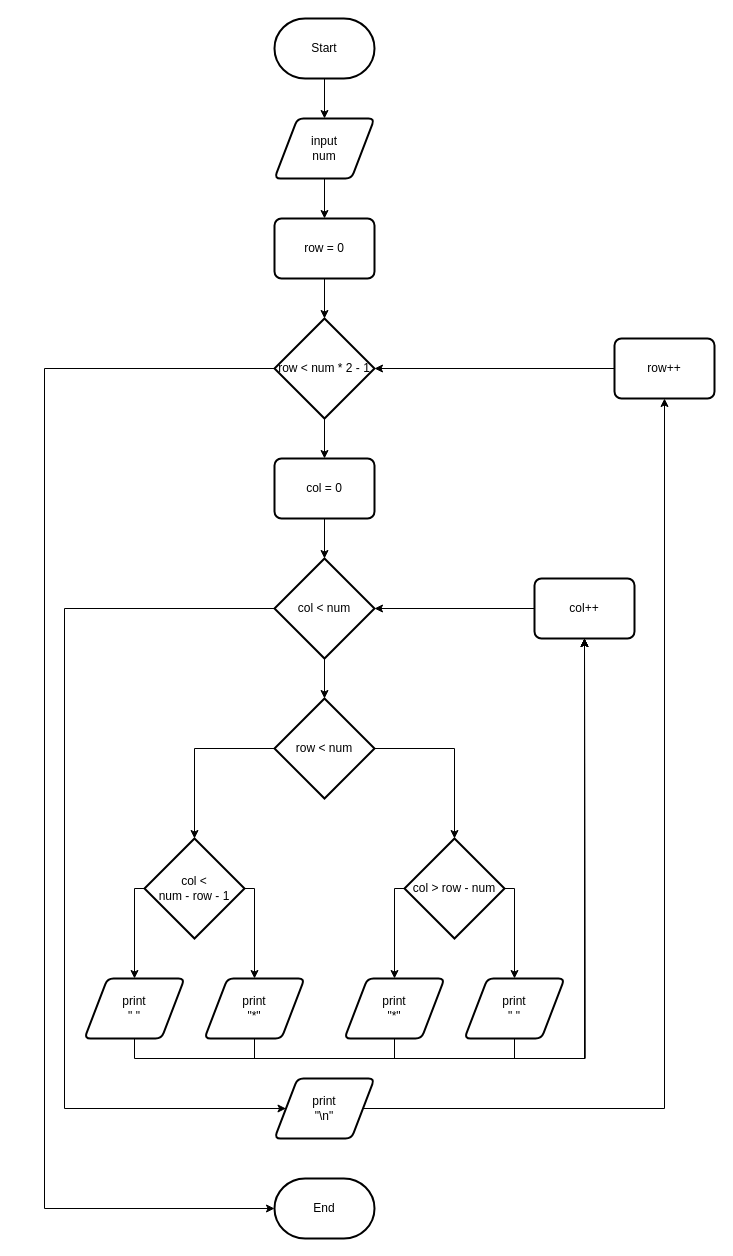
This is praktikum 4/percobaan1.drawio from DoubleA478/alprog, a draw.io file, before an edit. Source tidied: cells renumbered, new cells numbered last; positions are measured from the earlier drawing's top-left corner, leaving out a move shared by most shapes. Both pictures are drawn from the tidied source at 100%, with x=0, y=0 at pixel (44, 18).
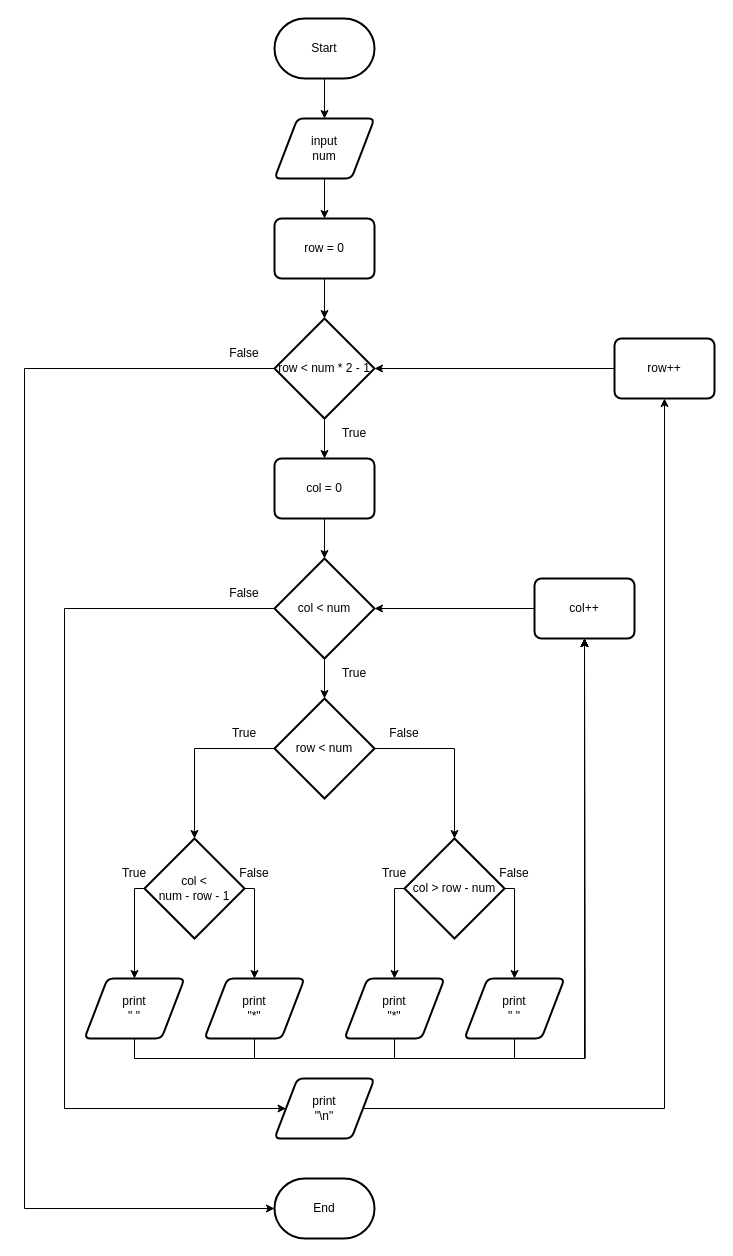
Above is the later version.

The change refers to these unchanged cells:
```xml
<mxCell id="4" value="&lt;div&gt;End&lt;/div&gt;" style="strokeWidth=2;html=1;shape=mxgraph.flowchart.terminator;whiteSpace=wrap;" parent="1" vertex="1">
  <mxGeometry x="230" y="1160" width="100" height="60" as="geometry" />
</mxCell>
<mxCell id="11" value="row &amp;lt; num * 2 - 1" style="strokeWidth=2;html=1;shape=mxgraph.flowchart.decision;whiteSpace=wrap;" parent="1" vertex="1">
  <mxGeometry x="230" y="300" width="100" height="100" as="geometry" />
</mxCell>
```

What changed in the source:
```diff
@@
     <mxCell id="10" style="edgeStyle=orthogonalEdgeStyle;rounded=0;jettySize=auto;html=1;exitX=0;exitY=0.5;exitDx=0;exitDy=0;exitPerimeter=0;entryX=0;entryY=0.5;entryDx=0;entryDy=0;entryPerimeter=0;" parent="1" edge="1" source="11" target="4">
       <mxGeometry relative="1" as="geometry">
         <Array as="points">
-          <mxPoint y="350" />
-          <mxPoint y="1190" />
+          <mxPoint x="-20" y="350" />
+          <mxPoint x="-20" y="1190" />
         </Array>
       </mxGeometry>
     </mxCell>
@@
+    <mxCell id="40" value="True" style="text;html=1;strokeColor=none;fillColor=none;align=center;verticalAlign=middle;whiteSpace=wrap;rounded=0;" parent="1" vertex="1">
+      <mxGeometry x="280" y="640" width="60" height="30" as="geometry" />
+    </mxCell>
+    <mxCell id="41" value="True" style="text;html=1;strokeColor=none;fillColor=none;align=center;verticalAlign=middle;whiteSpace=wrap;rounded=0;" parent="1" vertex="1">
+      <mxGeometry x="280" y="400" width="60" height="30" as="geometry" />
+    </mxCell>
+    <mxCell id="42" value="True" style="text;html=1;strokeColor=none;fillColor=none;align=center;verticalAlign=middle;whiteSpace=wrap;rounded=0;" parent="1" vertex="1">
+      <mxGeometry x="170" y="700" width="60" height="30" as="geometry" />
+    </mxCell>
+    <mxCell id="43" value="False" style="text;html=1;strokeColor=none;fillColor=none;align=center;verticalAlign=middle;whiteSpace=wrap;rounded=0;" parent="1" vertex="1">
+      <mxGeometry x="330" y="700" width="60" height="30" as="geometry" />
+    </mxCell>
+    <mxCell id="44" value="False" style="text;html=1;strokeColor=none;fillColor=none;align=center;verticalAlign=middle;whiteSpace=wrap;rounded=0;" parent="1" vertex="1">
+      <mxGeometry x="170" y="560" width="60" height="30" as="geometry" />
+    </mxCell>
+    <mxCell id="45" value="True" style="text;html=1;strokeColor=none;fillColor=none;align=center;verticalAlign=middle;whiteSpace=wrap;rounded=0;" parent="1" vertex="1">
+      <mxGeometry x="60" y="840" width="60" height="30" as="geometry" />
+    </mxCell>
+    <mxCell id="46" value="True" style="text;html=1;strokeColor=none;fillColor=none;align=center;verticalAlign=middle;whiteSpace=wrap;rounded=0;" parent="1" vertex="1">
+      <mxGeometry x="320" y="840" width="60" height="30" as="geometry" />
+    </mxCell>
+    <mxCell id="47" value="False" style="text;html=1;strokeColor=none;fillColor=none;align=center;verticalAlign=middle;whiteSpace=wrap;rounded=0;" parent="1" vertex="1">
+      <mxGeometry x="180" y="840" width="60" height="30" as="geometry" />
+    </mxCell>
+    <mxCell id="48" value="False" style="text;html=1;strokeColor=none;fillColor=none;align=center;verticalAlign=middle;whiteSpace=wrap;rounded=0;" parent="1" vertex="1">
+      <mxGeometry x="440" y="840" width="60" height="30" as="geometry" />
+    </mxCell>
+    <mxCell id="49" value="False" style="text;html=1;strokeColor=none;fillColor=none;align=center;verticalAlign=middle;whiteSpace=wrap;rounded=0;" parent="1" vertex="1">
+      <mxGeometry x="170" y="320" width="60" height="30" as="geometry" />
+    </mxCell>
```
